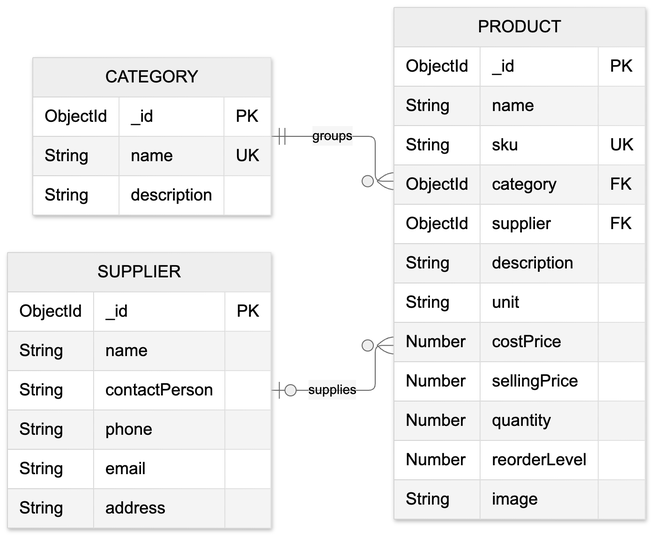
Earlier version of the Mermaid export docs/diagrams/erd-1-catalog.png (Ivan259483/stockwise). Its source is kept beside it as docs/diagrams/erd-1-catalog.mmd.
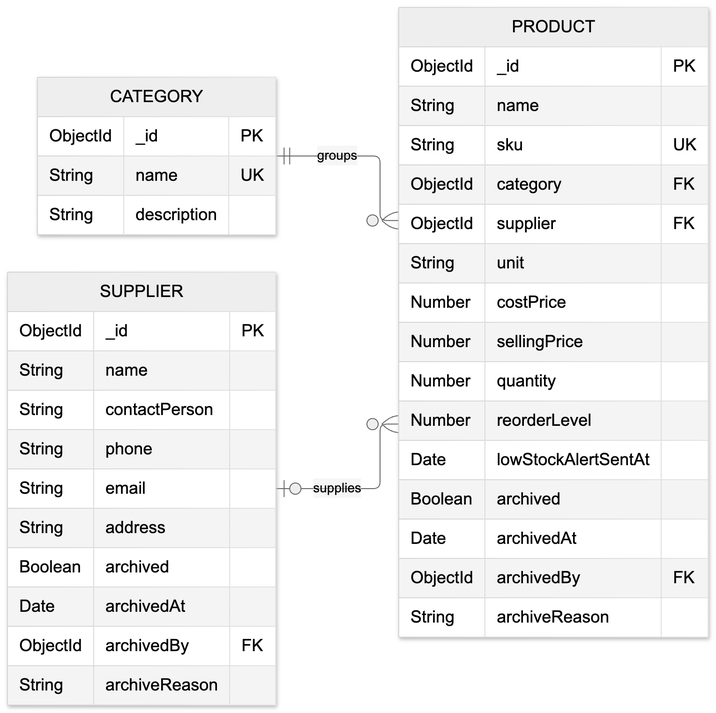
The same file after the commit.

Change to the diagram source:
```diff
@@ -15,6 +15,10 @@
         String phone
         String email
         String address
+        Boolean archived
+        Date archivedAt
+        ObjectId archivedBy FK
+        String archiveReason
     }
     PRODUCT {
         ObjectId _id PK
@@ -22,11 +26,14 @@
         String sku UK
         ObjectId category FK
         ObjectId supplier FK
-        String description
         String unit
         Number costPrice
         Number sellingPrice
         Number quantity
         Number reorderLevel
-        String image
+        Date lowStockAlertSentAt
+        Boolean archived
+        Date archivedAt
+        ObjectId archivedBy FK
+        String archiveReason
     }
```
